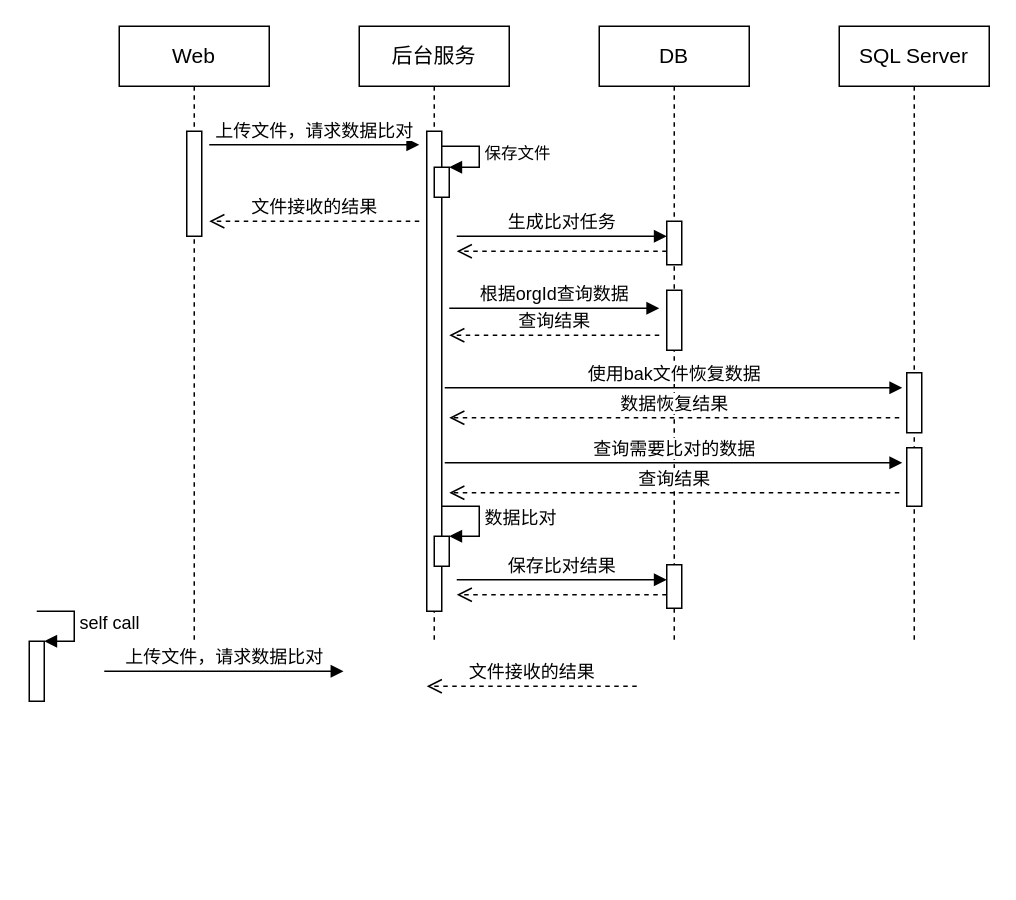
Earlier version of the draw.io diagram CSS/CSS.drawio (waterwatermelon/graph). Source tidied: cells renumbered, new cells numbered last; positions are measured from the earlier drawing's top-left corner, leaving out a move shared by most shapes. Both pictures are drawn from the tidied source at 150%, with x=0, y=0 at pixel (28, 26).
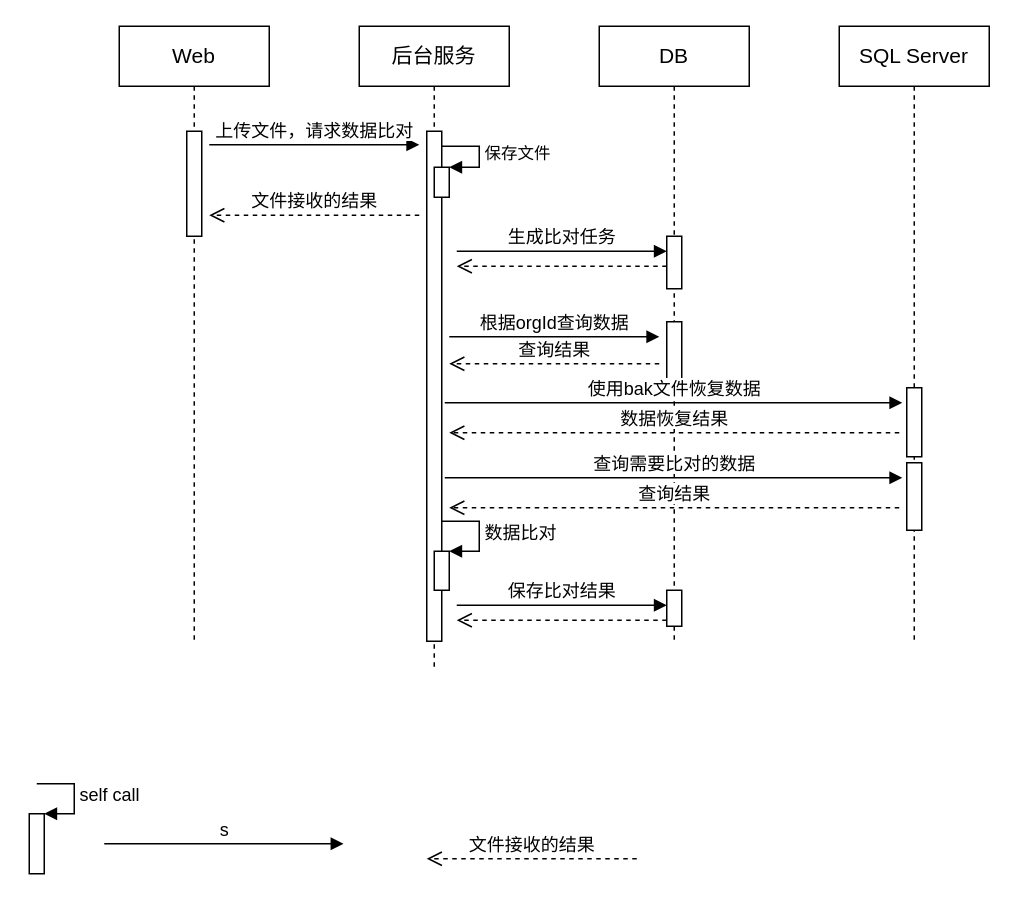
The same diagram, later.

Unchanged cells that the change refers to:
```xml
<mxCell id="5" value="&lt;span style=&quot;font-size: 14px&quot;&gt;DB&lt;/span&gt;" style="shape=umlLifeline;perimeter=lifelinePerimeter;whiteSpace=wrap;html=1;" parent="1" vertex="1">
  <mxGeometry x="380" width="100" height="410" as="geometry" />
</mxCell>
<mxCell id="7" value="&lt;span style=&quot;font-size: 14px&quot;&gt;SQL Server&lt;/span&gt;" style="shape=umlLifeline;perimeter=lifelinePerimeter;whiteSpace=wrap;html=1;" parent="1" vertex="1">
  <mxGeometry x="540" width="100" height="410" as="geometry" />
</mxCell>
```

The edit, as a diff of the source:
```diff
@@
     <mxCell id="4" value="&lt;span style=&quot;font-size: 14px&quot;&gt;后台服务&lt;/span&gt;" style="shape=umlLifeline;perimeter=lifelinePerimeter;whiteSpace=wrap;html=1;" parent="1" vertex="1">
-      <mxGeometry x="220" width="100" height="410" as="geometry" />
+      <mxGeometry x="220" width="100" height="430" as="geometry" />
     </mxCell>
@@
     <mxCell id="6" style="html=1;perimeter=orthogonalPerimeter;" parent="5" vertex="1">
-      <mxGeometry x="45" y="176" width="10" height="40" as="geometry" />
+      <mxGeometry x="45" y="197" width="10" height="41" as="geometry" />
     </mxCell>
@@
     <mxCell id="8" style="html=1;perimeter=orthogonalPerimeter;" parent="7" vertex="1">
-      <mxGeometry x="45" y="231" width="10" height="40" as="geometry" />
+      <mxGeometry x="45" y="241" width="10" height="46" as="geometry" />
     </mxCell>
@@
-    <mxCell id="10" value="&lt;font style=&quot;font-size: 12px&quot;&gt;上传文件，请求数据比对&lt;/font&gt;" style="html=1;verticalAlign=bottom;endArrow=block;" parent="1" edge="1">
+    <mxCell id="10" value="&lt;font style=&quot;font-size: 12px&quot;&gt;s&lt;/font&gt;" style="html=1;verticalAlign=bottom;endArrow=block;" parent="1" edge="1">
       <mxGeometry relative="1" as="geometry">
-        <mxPoint x="50" y="430" as="sourcePoint" />
-        <mxPoint x="209.5" y="430" as="targetPoint" />
+        <mxPoint x="50" y="545" as="sourcePoint" />
+        <mxPoint x="209.5" y="545" as="targetPoint" />
       </mxGeometry>
     </mxCell>
     <mxCell id="11" style="html=1;perimeter=orthogonalPerimeter;comic=0;" parent="1" vertex="1">
-      <mxGeometry x="265" y="70" width="10" height="320" as="geometry" />
+      <mxGeometry x="265" y="70" width="10" height="340" as="geometry" />
     </mxCell>
     <mxCell id="12" style="html=1;points=[];perimeter=orthogonalPerimeter;fontSize=12;" parent="1" vertex="1">
-      <mxGeometry y="410" width="10" height="40" as="geometry" />
+      <mxGeometry y="525" width="10" height="40" as="geometry" />
     </mxCell>
     <mxCell id="13" value="self call" style="edgeStyle=orthogonalEdgeStyle;html=1;align=left;spacingLeft=2;endArrow=block;rounded=0;entryX=1;entryY=0;fontSize=12;" parent="1" edge="1" target="12">
       <mxGeometry relative="1" as="geometry">
-        <mxPoint x="5" y="390" as="sourcePoint" />
+        <mxPoint x="5" y="505" as="sourcePoint" />
         <Array as="points">
-          <mxPoint x="30" y="390" />
+          <mxPoint x="30" y="505" />
         </Array>
       </mxGeometry>
     </mxCell>
@@
     <mxCell id="15" value="文件接收的结果" style="html=1;verticalAlign=bottom;endArrow=open;dashed=1;endSize=8;fontSize=12;" parent="1" edge="1">
       <mxGeometry relative="1" as="geometry">
-        <mxPoint x="260" y="130" as="sourcePoint" />
-        <mxPoint x="120" y="130" as="targetPoint" />
+        <mxPoint x="260" y="126" as="sourcePoint" />
+        <mxPoint x="120" y="126" as="targetPoint" />
       </mxGeometry>
     </mxCell>
@@
     <mxCell id="17" value="&lt;font style=&quot;font-size: 12px&quot;&gt;根据orgId查询数据&lt;/font&gt;" style="html=1;verticalAlign=bottom;endArrow=block;" parent="1" edge="1">
       <mxGeometry relative="1" as="geometry">
-        <mxPoint x="280" y="188" as="sourcePoint" />
-        <mxPoint x="420" y="188" as="targetPoint" />
+        <mxPoint x="280" y="207" as="sourcePoint" />
+        <mxPoint x="420" y="207" as="targetPoint" />
       </mxGeometry>
     </mxCell>
     <mxCell id="18" value="查询结果" style="html=1;verticalAlign=bottom;endArrow=open;dashed=1;endSize=8;fontSize=12;" parent="1" edge="1">
       <mxGeometry relative="1" as="geometry">
-        <mxPoint x="420" y="206" as="sourcePoint" />
-        <mxPoint x="280" y="206" as="targetPoint" />
+        <mxPoint x="420" y="225" as="sourcePoint" />
+        <mxPoint x="280" y="225" as="targetPoint" />
       </mxGeometry>
     </mxCell>
     <mxCell id="19" value="文件接收的结果" style="html=1;verticalAlign=bottom;endArrow=open;dashed=1;endSize=8;fontSize=12;" parent="1" edge="1">
       <mxGeometry relative="1" as="geometry">
-        <mxPoint x="405" y="440" as="sourcePoint" />
-        <mxPoint x="265" y="440" as="targetPoint" />
+        <mxPoint x="405" y="555" as="sourcePoint" />
+        <mxPoint x="265" y="555" as="targetPoint" />
       </mxGeometry>
     </mxCell>
     <mxCell id="20" value="&lt;span style=&quot;font-size: 12px&quot;&gt;使用bak文件恢复数据&lt;/span&gt;" style="html=1;verticalAlign=bottom;endArrow=block;" parent="1" edge="1">
       <mxGeometry relative="1" as="geometry">
-        <mxPoint x="277" y="241" as="sourcePoint" />
-        <mxPoint x="582" y="241" as="targetPoint" />
+        <mxPoint x="277" y="251" as="sourcePoint" />
+        <mxPoint x="582" y="251" as="targetPoint" />
       </mxGeometry>
     </mxCell>
     <mxCell id="21" value="数据恢复结果" style="html=1;verticalAlign=bottom;endArrow=open;dashed=1;endSize=8;fontSize=12;" parent="1" edge="1">
       <mxGeometry relative="1" as="geometry">
-        <mxPoint x="580" y="261" as="sourcePoint" />
-        <mxPoint x="280" y="261" as="targetPoint" />
+        <mxPoint x="580" y="271" as="sourcePoint" />
+        <mxPoint x="280" y="271" as="targetPoint" />
       </mxGeometry>
     </mxCell>
     <mxCell id="22" value="&lt;span style=&quot;font-size: 12px&quot;&gt;生成比对任务&lt;/span&gt;" style="html=1;verticalAlign=bottom;endArrow=block;" parent="1" edge="1">
       <mxGeometry relative="1" as="geometry">
-        <mxPoint x="285" y="140" as="sourcePoint" />
-        <mxPoint x="425" y="140" as="targetPoint" />
+        <mxPoint x="285" y="150" as="sourcePoint" />
+        <mxPoint x="425" y="150" as="targetPoint" />
       </mxGeometry>
     </mxCell>
     <mxCell id="23" style="html=1;perimeter=orthogonalPerimeter;" parent="1" vertex="1">
-      <mxGeometry x="425" y="130" width="10" height="29" as="geometry" />
+      <mxGeometry x="425" y="140" width="10" height="35" as="geometry" />
     </mxCell>
     <mxCell id="24" style="html=1;verticalAlign=bottom;endArrow=open;dashed=1;endSize=8;fontSize=12;" parent="1" edge="1">
       <mxGeometry relative="1" as="geometry">
-        <mxPoint x="425" y="150" as="sourcePoint" />
-        <mxPoint x="285" y="150" as="targetPoint" />
+        <mxPoint x="425" y="160" as="sourcePoint" />
+        <mxPoint x="285" y="160" as="targetPoint" />
       </mxGeometry>
     </mxCell>
     <mxCell id="25" style="html=1;perimeter=orthogonalPerimeter;" parent="1" vertex="1">
-      <mxGeometry x="585" y="281" width="10" height="39" as="geometry" />
+      <mxGeometry x="585" y="291" width="10" height="45" as="geometry" />
     </mxCell>
     <mxCell id="26" value="&lt;span style=&quot;font-size: 12px&quot;&gt;查询需要比对的数据&lt;/span&gt;" style="html=1;verticalAlign=bottom;endArrow=block;" parent="1" edge="1">
       <mxGeometry relative="1" as="geometry">
-        <mxPoint x="277" y="291" as="sourcePoint" />
-        <mxPoint x="582" y="291" as="targetPoint" />
+        <mxPoint x="277" y="301" as="sourcePoint" />
+        <mxPoint x="582" y="301" as="targetPoint" />
       </mxGeometry>
     </mxCell>
     <mxCell id="27" value="查询结果" style="html=1;verticalAlign=bottom;endArrow=open;dashed=1;endSize=8;fontSize=12;" parent="1" edge="1">
       <mxGeometry relative="1" as="geometry">
-        <mxPoint x="580" y="311" as="sourcePoint" />
-        <mxPoint x="280" y="311" as="targetPoint" />
+        <mxPoint x="580" y="321" as="sourcePoint" />
+        <mxPoint x="280" y="321" as="targetPoint" />
       </mxGeometry>
     </mxCell>
     <mxCell id="28" style="html=1;points=[];perimeter=orthogonalPerimeter;fontSize=12;" parent="1" vertex="1">
-      <mxGeometry x="270" y="340" width="10" height="20" as="geometry" />
+      <mxGeometry x="270" y="350" width="10" height="26" as="geometry" />
     </mxCell>
     <mxCell id="29" value="数据比对" style="edgeStyle=orthogonalEdgeStyle;html=1;align=left;spacingLeft=2;endArrow=block;rounded=0;entryX=1;entryY=0;fontSize=12;" parent="1" edge="1" target="28">
       <mxGeometry relative="1" as="geometry">
-        <mxPoint x="275" y="320" as="sourcePoint" />
+        <mxPoint x="275" y="330" as="sourcePoint" />
         <Array as="points">
-          <mxPoint x="300" y="320" />
+          <mxPoint x="300" y="330" />
         </Array>
       </mxGeometry>
     </mxCell>
     <mxCell id="30" value="&lt;span style=&quot;font-size: 12px&quot;&gt;保存比对结果&lt;/span&gt;" style="html=1;verticalAlign=bottom;endArrow=block;" parent="1" edge="1">
       <mxGeometry relative="1" as="geometry">
-        <mxPoint x="285" y="369" as="sourcePoint" />
-        <mxPoint x="425" y="369" as="targetPoint" />
+        <mxPoint x="285" y="386" as="sourcePoint" />
+        <mxPoint x="425" y="386" as="targetPoint" />
       </mxGeometry>
     </mxCell>
     <mxCell id="31" style="html=1;perimeter=orthogonalPerimeter;" parent="1" vertex="1">
-      <mxGeometry x="425" y="359" width="10" height="29" as="geometry" />
+      <mxGeometry x="425" y="376" width="10" height="24" as="geometry" />
     </mxCell>
     <mxCell id="32" style="html=1;verticalAlign=bottom;endArrow=open;dashed=1;endSize=8;fontSize=12;" parent="1" edge="1">
       <mxGeometry relative="1" as="geometry">
-        <mxPoint x="425" y="379" as="sourcePoint" />
-        <mxPoint x="285" y="379" as="targetPoint" />
+        <mxPoint x="425" y="396" as="sourcePoint" />
+        <mxPoint x="285" y="396" as="targetPoint" />
       </mxGeometry>
     </mxCell>
```
